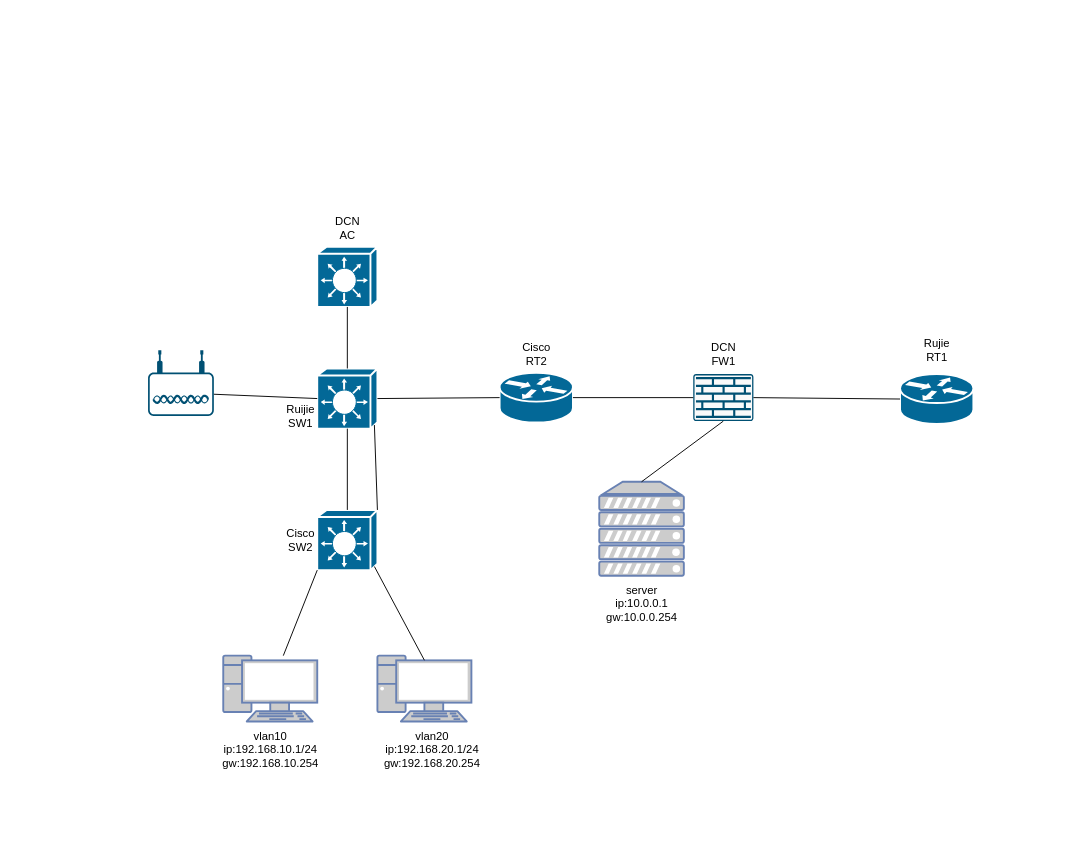
Earlier version of the draw.io diagram Network/top3.drawio (Naruterador/Networkt_topology). Source tidied: cells renumbered, new cells numbered last; positions are measured from the earlier drawing's top-left corner, leaving out a move shared by most shapes. Both pictures are drawn from the tidied source at 94%, with x=0, y=0 at pixel (148, 209).
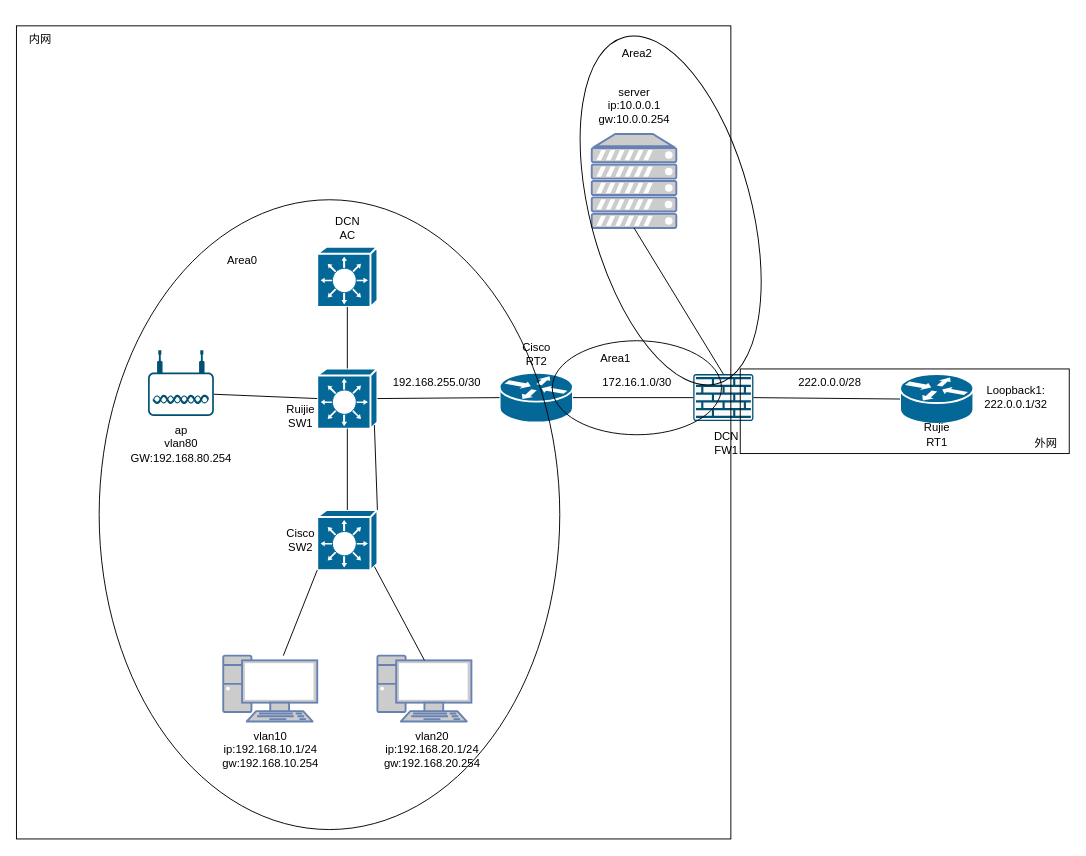
The same diagram, later.

Unchanged cells that the change refers to:
```xml
<mxCell id="5" style="sketch=0;points=[[0.015,0.015,0],[0.985,0.015,0],[0.985,0.985,0],[0.015,0.985,0],[0.25,0,0],[0.5,0,0],[0.75,0,0],[1,0.25,0],[1,0.5,0],[1,0.75,0],[0.75,1,0],[0.5,1,0],[0.25,1,0],[0,0.75,0],[0,0.5,0],[0,0.25,0]];verticalLabelPosition=bottom;html=1;verticalAlign=top;align=center;shape=mxgraph.cisco19.rect;prIcon=firewall;fillColor=#FAFAFA;strokeColor=#005073;" parent="1" vertex="1">
  <mxGeometry x="580" y="175.5" width="64" height="50" as="geometry" />
</mxCell>
```

Diff of the diagram source:
```diff
@@
     <mxCell id="11" style="fontColor=#0066CC;verticalAlign=top;verticalLabelPosition=bottom;labelPosition=center;align=center;html=1;outlineConnect=0;fillColor=#CCCCCC;strokeColor=#6881B3;gradientColor=none;gradientDirection=north;strokeWidth=2;shape=mxgraph.networks.server;" parent="1" vertex="1">
-      <mxGeometry x="480" y="290" width="90" height="100" as="geometry" />
+      <mxGeometry x="472" y="-80" width="90" height="100" as="geometry" />
     </mxCell>
@@
-    <mxCell id="20" style="endArrow=none;html=1;rounded=0;entryX=0.5;entryY=1;entryDx=0;entryDy=0;entryPerimeter=0;exitX=0.5;exitY=0;exitDx=0;exitDy=0;exitPerimeter=0;" parent="1" edge="1" source="11" target="5">
-      <mxGeometry relative="1" as="geometry" />
-    </mxCell>
@@
     <mxCell id="22" value="Rujie&lt;br&gt;RT1" style="text;html=1;align=center;verticalAlign=middle;strokeColor=none;fillColor=none;" parent="1" vertex="1">
-      <mxGeometry x="814" y="129.5" width="50" height="40" as="geometry" />
+      <mxGeometry x="814" y="220" width="50" height="40" as="geometry" />
     </mxCell>
@@
     <mxCell id="27" value="DCN&lt;br&gt;FW1" style="text;html=1;align=center;verticalAlign=middle;strokeColor=none;fillColor=none;" parent="1" vertex="1">
-      <mxGeometry x="587" y="134" width="50" height="40" as="geometry" />
+      <mxGeometry x="590" y="228.5" width="50" height="40" as="geometry" />
     </mxCell>
     <mxCell id="28" value="server&lt;br&gt;ip:10.0.0.1&lt;br&gt;gw:10.0.0.254" style="text;html=1;align=center;verticalAlign=middle;strokeColor=none;fillColor=none;" parent="1" vertex="1">
-      <mxGeometry x="475" y="390" width="100" height="60" as="geometry" />
+      <mxGeometry x="467" y="-140" width="100" height="60" as="geometry" />
     </mxCell>
@@
+    <mxCell id="31" value="Loopback1:&lt;br&gt;222.0.0.1/32" style="text;html=1;align=center;verticalAlign=middle;strokeColor=none;fillColor=none;" parent="1" vertex="1">
+      <mxGeometry x="878" y="180" width="90" height="40" as="geometry" />
+    </mxCell>
+    <mxCell id="32" value="172.16.1.0/30" style="text;html=1;align=center;verticalAlign=middle;strokeColor=none;fillColor=none;" parent="1" vertex="1">
+      <mxGeometry x="470" y="170" width="100" height="30" as="geometry" />
+    </mxCell>
+    <mxCell id="33" value="192.168.255.0/30" style="text;html=1;align=center;verticalAlign=middle;strokeColor=none;fillColor=none;" parent="1" vertex="1">
+      <mxGeometry x="247" y="169.5" width="120" height="30" as="geometry" />
+    </mxCell>
+    <mxCell id="34" value="ap&lt;br&gt;vlan80&lt;br&gt;GW:192.168.80.254" style="text;html=1;align=center;verticalAlign=middle;strokeColor=none;fillColor=none;" parent="1" vertex="1">
+      <mxGeometry x="-30" y="220" width="130" height="60" as="geometry" />
+    </mxCell>
+    <mxCell id="35" value="222.0.0.0/28" style="text;html=1;align=center;verticalAlign=middle;strokeColor=none;fillColor=none;" parent="1" vertex="1">
+      <mxGeometry x="680" y="170" width="90" height="30" as="geometry" />
+    </mxCell>
+    <mxCell id="36" style="ellipse;whiteSpace=wrap;html=1;fillColor=none;" parent="1" vertex="1">
+      <mxGeometry x="-52" y="-10" width="490" height="670" as="geometry" />
+    </mxCell>
+    <mxCell id="37" value="Area0" style="text;html=1;align=center;verticalAlign=middle;strokeColor=none;fillColor=none;" parent="1" vertex="1">
+      <mxGeometry x="70" y="40" width="60" height="30" as="geometry" />
+    </mxCell>
+    <mxCell id="38" style="ellipse;whiteSpace=wrap;html=1;fillColor=none;" parent="1" vertex="1">
+      <mxGeometry x="430" y="140" width="180" height="100" as="geometry" />
+    </mxCell>
+    <mxCell id="39" style="endArrow=none;html=1;rounded=0;entryX=0.5;entryY=1;entryDx=0;entryDy=0;entryPerimeter=0;exitX=0.5;exitY=0;exitDx=0;exitDy=0;exitPerimeter=0;" parent="1" edge="1" source="5" target="11">
+      <mxGeometry relative="1" as="geometry" />
+    </mxCell>
+    <mxCell id="40" style="ellipse;whiteSpace=wrap;html=1;fillColor=none;direction=south;rotation=75;" parent="1" vertex="1">
+      <mxGeometry x="365.1" y="-84.2" width="381.7" height="171.2" as="geometry" />
+    </mxCell>
+    <mxCell id="41" value="Area2" style="text;html=1;align=center;verticalAlign=middle;strokeColor=none;fillColor=none;" parent="1" vertex="1">
+      <mxGeometry x="490" y="-180" width="60" height="30" as="geometry" />
+    </mxCell>
+    <mxCell id="42" value="Area1" style="text;html=1;align=center;verticalAlign=middle;strokeColor=none;fillColor=none;" parent="1" vertex="1">
+      <mxGeometry x="467" y="144" width="60" height="30" as="geometry" />
+    </mxCell>
+    <mxCell id="43" style="rounded=0;whiteSpace=wrap;html=1;fillColor=none;" parent="1" vertex="1">
+      <mxGeometry x="-140" y="-195" width="760" height="865" as="geometry" />
+    </mxCell>
+    <mxCell id="44" value="内网" style="text;html=1;align=center;verticalAlign=middle;strokeColor=none;fillColor=none;" parent="1" vertex="1">
+      <mxGeometry x="-140" y="-195" width="50" height="30" as="geometry" />
+    </mxCell>
+    <mxCell id="45" style="whiteSpace=wrap;html=1;fillColor=none;" parent="1" vertex="1">
+      <mxGeometry x="630" y="170" width="350" height="90" as="geometry" />
+    </mxCell>
+    <mxCell id="46" value="外网" style="text;html=1;align=center;verticalAlign=middle;strokeColor=none;fillColor=none;" parent="1" vertex="1">
+      <mxGeometry x="930" y="235" width="50" height="30" as="geometry" />
+    </mxCell>
```
